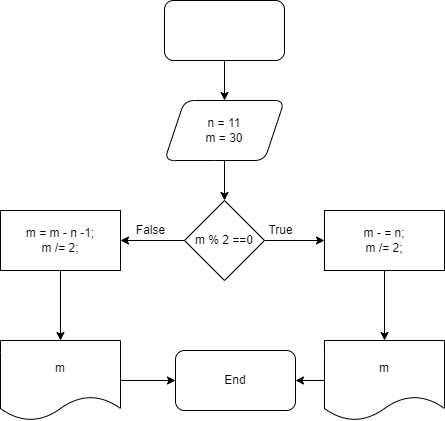
Earlier version of the draw.io export alg4.png (Kamran-Zeynalov/Algoritm-2). Source tidied: cells renumbered, new cells last; positions are measured from the earlier drawing's top-left corner, leaving out a move shared by most shapes.
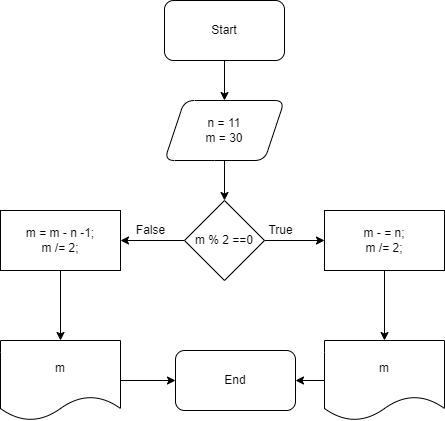
Later version of the same file.

Commit message:
Algoritm qurulmasi

Diff of the diagram source:
```diff
@@ -5,7 +5,7 @@
     <mxCell id="2" style="edgeStyle=orthogonalEdgeStyle;rounded=0;jettySize=auto;html=1;" parent="1" edge="1" source="3" target="5">
       <mxGeometry relative="1" as="geometry" />
     </mxCell>
-    <mxCell id="3" style="rounded=1;whiteSpace=wrap;html=1;" parent="1" vertex="1">
+    <mxCell id="3" value="Start" style="rounded=1;whiteSpace=wrap;html=1;" parent="1" vertex="1">
       <mxGeometry x="164" width="120" height="60" as="geometry" />
     </mxCell>
     <mxCell id="4" style="edgeStyle=orthogonalEdgeStyle;rounded=0;jettySize=auto;html=1;" parent="1" edge="1" source="5">
```
